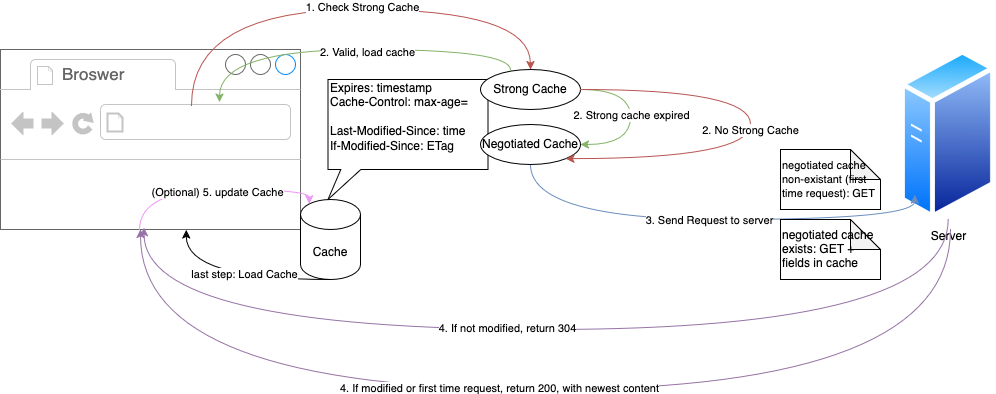
The draw.io diagram Network/images/cache_chart.png in ruimin-z/interview-camp, before a commit. Source tidied: cells renumbered, new cells last; positions are measured from the earlier drawing's top-left corner, leaving out a move shared by most shapes.
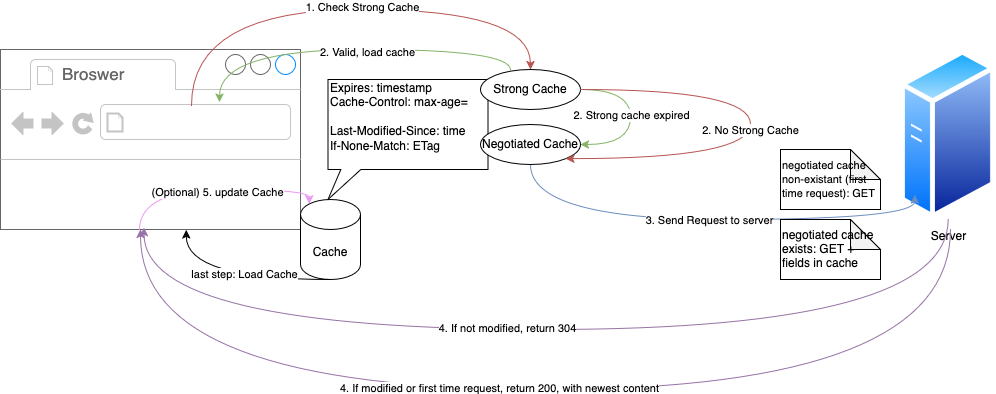
Above is the later version.

The edit, as a diff of the source:
```diff
@@ -14,7 +14,7 @@
     <mxCell id="5" value="Cache" style="shape=cylinder3;whiteSpace=wrap;html=1;boundedLbl=1;backgroundOutline=1;size=15;" parent="1" vertex="1">
       <mxGeometry x="300" y="190" width="60" height="80" as="geometry" />
     </mxCell>
-    <mxCell id="6" value="&lt;div align=&quot;left&quot;&gt;Expires: timestamp&lt;/div&gt;&lt;div align=&quot;left&quot;&gt;Cache-Control: max-age=&lt;/div&gt;&lt;div align=&quot;left&quot;&gt;&lt;br&gt;&lt;/div&gt;&lt;div align=&quot;left&quot;&gt;Last-Modified-Since: time&lt;/div&gt;&lt;div align=&quot;left&quot;&gt;If-Modified-Since: ETag&lt;/div&gt;&lt;div align=&quot;left&quot;&gt;&lt;br&gt;&lt;/div&gt;" style="shape=callout;whiteSpace=wrap;html=1;perimeter=calloutPerimeter;size=30;position=0.08;position2=0;align=left;" parent="1" vertex="1">
+    <mxCell id="6" value="&lt;div align=&quot;left&quot;&gt;Expires: timestamp&lt;/div&gt;&lt;div align=&quot;left&quot;&gt;Cache-Control: max-age=&lt;/div&gt;&lt;div align=&quot;left&quot;&gt;&lt;br&gt;&lt;/div&gt;&lt;div align=&quot;left&quot;&gt;Last-Modified-Since: time&lt;/div&gt;&lt;div align=&quot;left&quot;&gt;If-None-Match: ETag&lt;/div&gt;&lt;div align=&quot;left&quot;&gt;&lt;br&gt;&lt;/div&gt;" style="shape=callout;whiteSpace=wrap;html=1;perimeter=calloutPerimeter;size=30;position=0.08;position2=0;align=left;" parent="1" vertex="1">
       <mxGeometry x="327.5" y="70" width="160" height="120" as="geometry" />
     </mxCell>
     <mxCell id="7" value="Server" style="image;perimeter=ellipsePerimeter;html=1;align=center;shadow=0;dashed=0;spacingTop=3;image=img/lib/active_directory/generic_server.svg;" parent="1" vertex="1">
```
